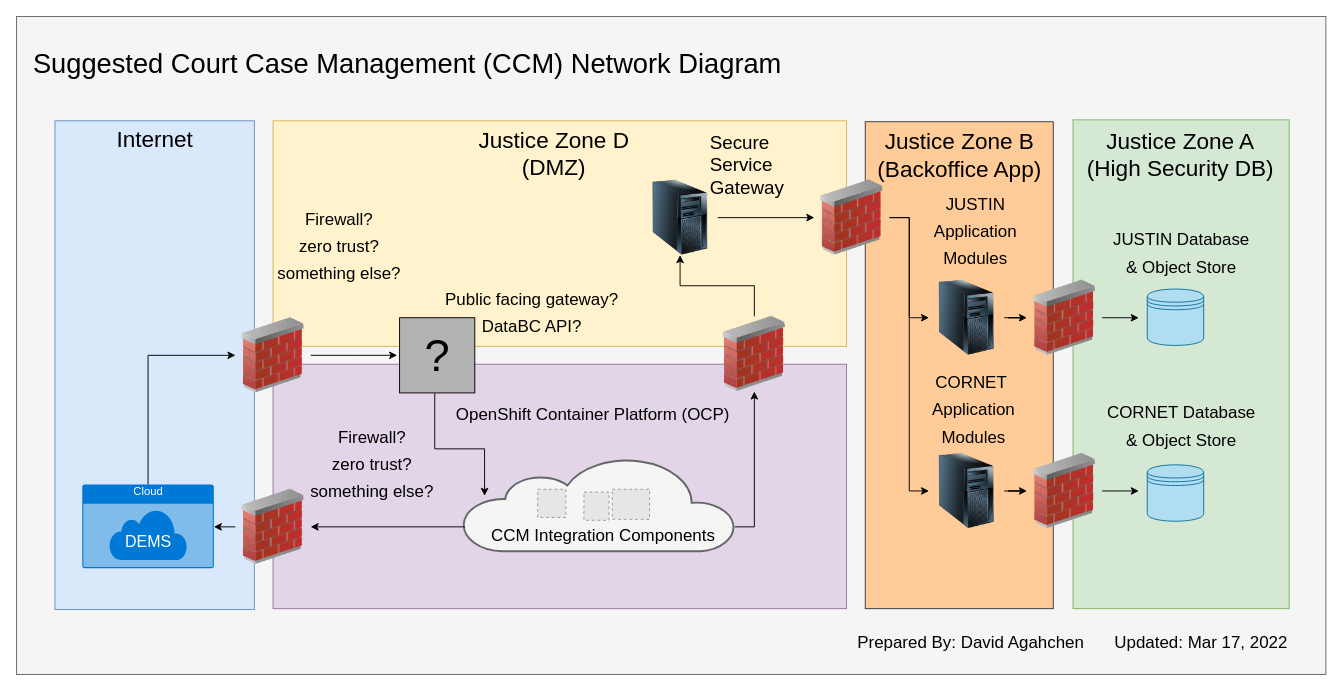
Before: img/src/ccm_network_diagram.drawio in bcgov/jpss-jade-ccm, a draw.io diagram. Source tidied: cells renumbered, new cells numbered last; positions are measured from the earlier drawing's top-left corner, leaving out a move shared by most shapes. Both pictures are drawn from the tidied source at 94%, with x=0, y=0 at pixel (16, 16). Pictures stored in the file or linked from it are replaced by grey dashed boxes.
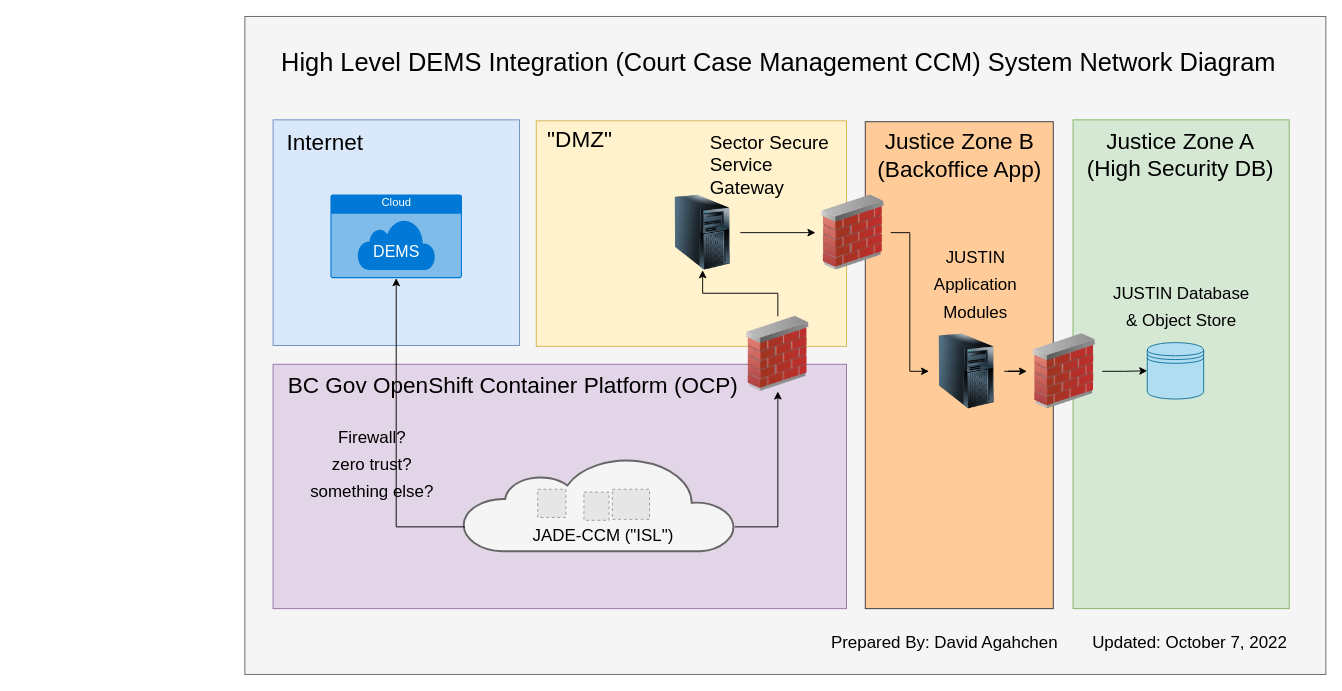
Above is the later version.

Commit message (it also covers changes not shown here):
network diagram update

The change refers to these unchanged cells:
```xml
<mxCell id="5" style="html=1;verticalLabelPosition=bottom;align=center;labelBackgroundColor=#ffffff;verticalAlign=top;strokeWidth=2;shadow=0;dashed=0;shape=mxgraph.ios7.icons.cloud;fontSize=17;fillColor=#f5f5f5;strokeColor=#666666;fontColor=#333333;" parent="1" vertex="1">
  <mxGeometry x="475" y="469" width="290" height="100" as="geometry" />
</mxCell>
```

What changed in the source:
```diff
@@
     <mxCell id="2" style="rounded=0;whiteSpace=wrap;html=1;labelBackgroundColor=none;fontSize=29;fontColor=#333333;fillColor=#f5f5f5;strokeColor=#666666;" parent="1" vertex="1">
-      <mxGeometry width="1393" height="700" as="geometry" />
+      <mxGeometry x="243" width="1150" height="700" as="geometry" />
     </mxCell>
     <mxCell id="3" style="rounded=1;whiteSpace=wrap;html=1;fillColor=#fff2cc;strokeColor=#d6b656;fontSize=25;arcSize=0;" parent="1" vertex="1">
-      <mxGeometry x="273" y="111" width="610" height="240" as="geometry" />
+      <mxGeometry x="553" y="111" width="330" height="240" as="geometry" />
     </mxCell>
@@
-    <mxCell id="8" value="&lt;span style=&quot;font-weight: 400 ; font-size: 29px&quot;&gt;Suggested Court Case Management (CCM) Network Diagram&lt;/span&gt;" style="text;strokeColor=none;fillColor=none;html=1;fontSize=29;fontStyle=1;verticalAlign=middle;align=left;rounded=1;labelBackgroundColor=none;fontColor=#000000;" parent="1" vertex="1">
-      <mxGeometry x="16" y="18" width="827" height="65" as="geometry" />
+    <mxCell id="8" value="&lt;span style=&quot;font-weight: 400&quot;&gt;&lt;font style=&quot;font-size: 27px&quot;&gt;High Level DEMS Integration (Court Case Management CCM) System Network Diagram&lt;/font&gt;&lt;/span&gt;" style="text;strokeColor=none;fillColor=none;html=1;fontSize=29;fontStyle=1;verticalAlign=middle;align=left;rounded=1;labelBackgroundColor=none;fontColor=#000000;" parent="1" vertex="1">
+      <mxGeometry x="280" y="18" width="1093" height="62" as="geometry" />
     </mxCell>
     <mxCell id="9" style="rounded=1;whiteSpace=wrap;html=1;fontSize=25;arcSize=0;fillColor=#dae8fc;strokeColor=#6c8ebf;" parent="1" vertex="1">
-      <mxGeometry x="41" y="111" width="212.1" height="520" as="geometry" />
+      <mxGeometry x="273" y="110" width="262.1" height="240" as="geometry" />
     </mxCell>
     <mxCell id="10" value="&lt;span style=&quot;font-weight: 400&quot;&gt;Internet&lt;/span&gt;" style="text;strokeColor=none;fillColor=none;html=1;fontSize=24;fontStyle=1;verticalAlign=middle;align=center;rounded=1;labelBackgroundColor=none;fontColor=#000000;" parent="1" vertex="1">
-      <mxGeometry x="102" y="108" width="90" height="45" as="geometry" />
+      <mxGeometry x="283" y="112" width="90" height="45" as="geometry" />
     </mxCell>
@@
-    <mxCell id="12" style="edgeStyle=orthogonalEdgeStyle;rounded=0;jettySize=auto;html=1;entryX=0;entryY=0.5;entryDx=0;entryDy=0;fontSize=18;strokeColor=#000000;" parent="1" edge="1" source="13">
-      <mxGeometry relative="1" as="geometry">
-        <mxPoint x="405" y="360.5" as="targetPoint" />
-      </mxGeometry>
-    </mxCell>
-    <mxCell id="13" style="image;html=1;image=img/lib/clip_art/networking/Firewall_02_128x128.png;" parent="1" vertex="1">
-      <mxGeometry x="233" y="320.5" width="80" height="80" as="geometry" />
-    </mxCell>
@@
     <mxCell id="15" style="image;html=1;image=img/lib/clip_art/networking/Firewall_02_128x128.png;" parent="1" vertex="1">
-      <mxGeometry x="848.8" y="174" width="80" height="80" as="geometry" />
+      <mxGeometry x="850" y="190" width="80" height="80" as="geometry" />
     </mxCell>
-    <mxCell id="16" style="edgeStyle=orthogonalEdgeStyle;rounded=0;jettySize=auto;html=1;fontSize=18;startArrow=none;startFill=0;strokeColor=#000000;" parent="1" edge="1" source="17">
-      <mxGeometry relative="1" as="geometry">
-        <mxPoint x="1194" y="320.6" as="targetPoint" />
-      </mxGeometry>
+    <mxCell id="16" style="edgeStyle=orthogonalEdgeStyle;rounded=0;jettySize=auto;html=1;fontSize=18;startArrow=none;startFill=0;strokeColor=#000000;entryX=0;entryY=0.5;entryDx=0;entryDy=0;" parent="1" edge="1" source="17" target="55">
+      <mxGeometry relative="1" as="geometry" />
     </mxCell>
     <mxCell id="17" style="image;html=1;image=img/lib/clip_art/networking/Firewall_02_128x128.png;" parent="1" vertex="1">
-      <mxGeometry x="1075" y="280.5" width="80" height="80" as="geometry" />
+      <mxGeometry x="1075" y="337.5" width="80" height="80" as="geometry" />
     </mxCell>
-    <mxCell id="18" style="edgeStyle=orthogonalEdgeStyle;rounded=0;jettySize=auto;html=1;fontSize=18;startArrow=none;startFill=0;entryX=0;entryY=0.5;entryDx=0;entryDy=0;exitX=0.5;exitY=0;exitDx=0;exitDy=0;exitPerimeter=0;strokeColor=#000000;" parent="1" edge="1" source="19" target="13">
-      <mxGeometry relative="1" as="geometry" />
-    </mxCell>
     <mxCell id="19" value="Cloud" style="html=1;strokeColor=none;fillColor=#0079D6;labelPosition=center;verticalLabelPosition=middle;verticalAlign=top;align=center;fontSize=12;outlineConnect=0;spacingTop=-6;fontColor=#FFFFFF;sketch=0;shape=mxgraph.sitemap.cloud;" parent="1" vertex="1">
-      <mxGeometry x="70" y="498" width="140" height="89" as="geometry" />
+      <mxGeometry x="334" y="189.5" width="140" height="89" as="geometry" />
     </mxCell>
     <mxCell id="20" value="&lt;div style=&quot;font-size: 17px;&quot;&gt;&lt;span style=&quot;font-size: 17px; font-weight: 400;&quot;&gt;DEMS&lt;/span&gt;&lt;/div&gt;" style="text;strokeColor=none;fillColor=none;html=1;fontSize=17;fontStyle=1;verticalAlign=middle;align=center;rounded=1;labelBackgroundColor=none;fontColor=#FFFFFF;" parent="1" vertex="1">
-      <mxGeometry x="95" y="537" width="90" height="45" as="geometry" />
+      <mxGeometry x="359" y="228.5" width="90" height="45" as="geometry" />
     </mxCell>
-    <mxCell id="21" style="edgeStyle=orthogonalEdgeStyle;rounded=0;orthogonalLoop=1;jettySize=auto;html=1;fontSize=18;startArrow=none;startFill=0;strokeColor=#000000;" parent="1" edge="1">
-      <mxGeometry relative="1" as="geometry">
-        <mxPoint x="445" y="401" as="sourcePoint" />
-        <mxPoint x="498" y="510" as="targetPoint" />
-        <Array as="points">
-          <mxPoint x="445" y="460" />
-          <mxPoint x="498" y="460" />
-        </Array>
-      </mxGeometry>
-    </mxCell>
-    <mxCell id="22" style="edgeStyle=orthogonalEdgeStyle;rounded=0;jettySize=auto;html=1;entryX=0.5;entryY=1;entryDx=0;entryDy=0;fontSize=18;startArrow=none;startFill=0;strokeColor=#000000;endArrow=classic;endFill=1;" parent="1" edge="1" source="52" target="32">
+    <mxCell id="22" style="edgeStyle=orthogonalEdgeStyle;rounded=0;jettySize=auto;html=1;entryX=0.5;entryY=1;entryDx=0;entryDy=0;fontSize=18;startArrow=none;startFill=0;strokeColor=#000000;endArrow=classic;endFill=1;exitX=0.5;exitY=0;exitDx=0;exitDy=0;" parent="1" edge="1" source="52" target="32">
       <mxGeometry relative="1" as="geometry" />
     </mxCell>
-    <mxCell id="23" value="&lt;div style=&quot;text-align: center&quot;&gt;&lt;span style=&quot;font-weight: 400&quot;&gt;Justice Zone D&lt;/span&gt;&lt;/div&gt;&lt;span style=&quot;font-weight: 400&quot;&gt;&lt;div style=&quot;text-align: center&quot;&gt;&lt;span&gt;(DMZ)&lt;/span&gt;&lt;/div&gt;&lt;/span&gt;" style="text;strokeColor=none;fillColor=none;html=1;fontSize=24;fontStyle=1;verticalAlign=middle;align=left;rounded=1;labelBackgroundColor=none;fontColor=#000000;" parent="1" vertex="1">
-      <mxGeometry x="489.5" y="117" width="173.5" height="58" as="geometry" />
+    <mxCell id="23" value="&lt;div style=&quot;text-align: center&quot;&gt;&lt;span style=&quot;font-weight: 400&quot;&gt;&quot;DMZ&quot;&lt;/span&gt;&lt;/div&gt;" style="text;strokeColor=none;fillColor=none;html=1;fontSize=24;fontStyle=1;verticalAlign=middle;align=left;rounded=1;labelBackgroundColor=none;fontColor=#000000;" parent="1" vertex="1">
+      <mxGeometry x="563" y="101.5" width="80" height="58" as="geometry" />
     </mxCell>
-    <mxCell id="24" value="&lt;div&gt;&lt;span style=&quot;font-size: 18px ; font-weight: 400&quot;&gt;OpenShift Container Platform (OCP)&lt;/span&gt;&lt;/div&gt;" style="text;strokeColor=none;fillColor=none;html=1;fontSize=24;fontStyle=1;verticalAlign=middle;align=center;rounded=1;labelBackgroundColor=none;fontColor=#000000;" parent="1" vertex="1">
-      <mxGeometry x="452" y="399" width="321.9" height="45" as="geometry" />
+    <mxCell id="24" value="&lt;div&gt;&lt;span style=&quot;font-weight: 400&quot;&gt;&lt;font style=&quot;font-size: 24px&quot;&gt;BC Gov OpenShift Container Platform (OCP)&lt;/font&gt;&lt;/span&gt;&lt;/div&gt;" style="text;strokeColor=none;fillColor=none;html=1;fontSize=24;fontStyle=1;verticalAlign=middle;align=center;rounded=1;labelBackgroundColor=none;fontColor=#000000;" parent="1" vertex="1">
+      <mxGeometry x="333" y="370" width="390.9" height="45" as="geometry" />
     </mxCell>
@@
-    <mxCell id="28" value="&lt;div&gt;&lt;span style=&quot;font-size: 18px ; font-weight: 400&quot;&gt;CCM Integration Components&lt;/span&gt;&lt;/div&gt;" style="text;strokeColor=none;fillColor=none;html=1;fontSize=24;fontStyle=1;verticalAlign=middle;align=center;rounded=1;labelBackgroundColor=none;fontColor=#000000;" parent="1" vertex="1">
+    <mxCell id="28" value="&lt;div&gt;&lt;span style=&quot;font-size: 18px ; font-weight: 400&quot;&gt;JADE-CCM (&quot;ISL&quot;)&lt;/span&gt;&lt;/div&gt;" style="text;strokeColor=none;fillColor=none;html=1;fontSize=24;fontStyle=1;verticalAlign=middle;align=center;rounded=1;labelBackgroundColor=none;fontColor=#000000;" parent="1" vertex="1">
       <mxGeometry x="494" y="527" width="260" height="45" as="geometry" />
     </mxCell>
@@
     <mxCell id="30" value="&lt;div&gt;&lt;span style=&quot;font-size: 18px ; font-weight: 400&quot;&gt;JUSTIN Database&lt;/span&gt;&lt;/div&gt;&lt;div&gt;&lt;span style=&quot;font-size: 18px ; font-weight: 400&quot;&gt;&amp;amp;&amp;nbsp;&lt;/span&gt;&lt;span style=&quot;font-size: 18px ; font-weight: 400&quot;&gt;Object Store&lt;/span&gt;&lt;/div&gt;" style="text;strokeColor=none;fillColor=none;html=1;fontSize=24;fontStyle=1;verticalAlign=middle;align=center;rounded=1;labelBackgroundColor=none;fontColor=#000000;" parent="1" vertex="1">
-      <mxGeometry x="1164" y="227" width="150" height="45" as="geometry" />
+      <mxGeometry x="1164" y="284" width="150" height="45" as="geometry" />
     </mxCell>
@@
     <mxCell id="32" style="image;html=1;image=img/lib/clip_art/computers/Server_Tower_128x128.png;fontSize=18;" parent="1" vertex="1">
-      <mxGeometry x="666" y="174" width="80" height="80" as="geometry" />
+      <mxGeometry x="690" y="190" width="80" height="80" as="geometry" />
     </mxCell>
-    <mxCell id="33" value="&lt;div style=&quot;font-size: 20px&quot;&gt;&lt;span style=&quot;font-weight: 400&quot;&gt;&lt;font style=&quot;font-size: 20px&quot;&gt;Secure&lt;/font&gt;&lt;/span&gt;&lt;/div&gt;&lt;div style=&quot;font-size: 20px&quot;&gt;&lt;span style=&quot;font-weight: 400&quot;&gt;&lt;font style=&quot;font-size: 20px&quot;&gt;Service&lt;/font&gt;&lt;/span&gt;&lt;/div&gt;&lt;div style=&quot;font-size: 20px&quot;&gt;&lt;span style=&quot;font-weight: 400&quot;&gt;&lt;font style=&quot;font-size: 20px&quot;&gt;Gateway&lt;/font&gt;&lt;/span&gt;&lt;/div&gt;" style="text;strokeColor=none;fillColor=none;html=1;fontSize=24;fontStyle=1;verticalAlign=middle;align=left;rounded=1;labelBackgroundColor=none;fontColor=#000000;" parent="1" vertex="1">
+    <mxCell id="33" value="&lt;div style=&quot;font-size: 20px&quot;&gt;&lt;span style=&quot;font-weight: 400&quot;&gt;&lt;font style=&quot;font-size: 20px&quot;&gt;Sector Secure&lt;/font&gt;&lt;/span&gt;&lt;/div&gt;&lt;div style=&quot;font-size: 20px&quot;&gt;&lt;span style=&quot;font-weight: 400&quot;&gt;&lt;font style=&quot;font-size: 20px&quot;&gt;Service&lt;/font&gt;&lt;/span&gt;&lt;/div&gt;&lt;div style=&quot;font-size: 20px&quot;&gt;&lt;span style=&quot;font-weight: 400&quot;&gt;&lt;font style=&quot;font-size: 20px&quot;&gt;Gateway&lt;/font&gt;&lt;/span&gt;&lt;/div&gt;" style="text;strokeColor=none;fillColor=none;html=1;fontSize=24;fontStyle=1;verticalAlign=middle;align=left;rounded=1;labelBackgroundColor=none;fontColor=#000000;" parent="1" vertex="1">
       <mxGeometry x="736" y="124" width="97" height="66" as="geometry" />
     </mxCell>
@@
     <mxCell id="35" value="&lt;div&gt;&lt;span style=&quot;font-size: 18px ; font-weight: 400&quot;&gt;JUSTIN&lt;/span&gt;&lt;/div&gt;&lt;div&gt;&lt;span style=&quot;font-size: 18px ; font-weight: 400&quot;&gt;Application&lt;/span&gt;&lt;/div&gt;&lt;div&gt;&lt;span style=&quot;font-size: 18px ; font-weight: 400&quot;&gt;Modules&lt;/span&gt;&lt;/div&gt;" style="text;strokeColor=none;fillColor=none;html=1;fontSize=24;fontStyle=1;verticalAlign=middle;align=center;rounded=1;labelBackgroundColor=none;fontColor=#000000;" parent="1" vertex="1">
-      <mxGeometry x="967.8" y="175" width="105.2" height="104" as="geometry" />
+      <mxGeometry x="967.8" y="232" width="105.2" height="104" as="geometry" />
     </mxCell>
     <mxCell id="36" style="image;html=1;image=img/lib/clip_art/computers/Server_Tower_128x128.png;fontSize=18;" parent="1" vertex="1">
-      <mxGeometry x="970.8" y="280.5" width="80" height="80" as="geometry" />
+      <mxGeometry x="970.8" y="337.5" width="80" height="80" as="geometry" />
     </mxCell>
-    <mxCell id="37" value="&lt;span style=&quot;font-size: 18px ; font-weight: 400&quot;&gt;Public facing gateway?&lt;br&gt;DataBC API?&lt;br&gt;&lt;/span&gt;" style="text;strokeColor=none;fillColor=none;html=1;fontSize=24;fontStyle=1;verticalAlign=middle;align=center;rounded=1;labelBackgroundColor=none;fontColor=#000000;" parent="1" vertex="1">
-      <mxGeometry x="483" y="290" width="129.2" height="46.5" as="geometry" />
-    </mxCell>
-    <mxCell id="38" style="edgeStyle=orthogonalEdgeStyle;rounded=0;jettySize=auto;html=1;fontSize=18;startArrow=none;startFill=0;strokeColor=#000000;endArrow=classic;endFill=1;exitX=0.007;exitY=0.74;exitDx=0;exitDy=0;exitPerimeter=0;" parent="1" edge="1" source="5" target="47">
+    <mxCell id="38" style="edgeStyle=orthogonalEdgeStyle;rounded=0;jettySize=auto;html=1;fontSize=18;startArrow=none;startFill=0;strokeColor=#000000;endArrow=classic;endFill=1;exitX=0.007;exitY=0.74;exitDx=0;exitDy=0;exitPerimeter=0;" parent="1" edge="1" source="5" target="19">
       <mxGeometry relative="1" as="geometry" />
     </mxCell>
-    <mxCell id="39" value="&lt;span style=&quot;font-size: 18px ; font-weight: 400&quot;&gt;Firewall?&lt;br&gt;zero trust?&lt;br&gt;something else?&lt;br&gt;&lt;/span&gt;" style="text;strokeColor=none;fillColor=none;html=1;fontSize=24;fontStyle=1;verticalAlign=middle;align=center;rounded=1;labelBackgroundColor=none;fontColor=#000000;" parent="1" vertex="1">
-      <mxGeometry x="278.4" y="220" width="129.2" height="46.5" as="geometry" />
-    </mxCell>
-    <mxCell id="40" style="edgeStyle=orthogonalEdgeStyle;rounded=0;jettySize=auto;html=1;fontSize=18;startArrow=none;startFill=0;strokeColor=#000000;" parent="1" edge="1" source="41">
-      <mxGeometry relative="1" as="geometry">
-        <mxPoint x="1194" y="504.8" as="targetPoint" />
-      </mxGeometry>
-    </mxCell>
-    <mxCell id="41" style="image;html=1;image=img/lib/clip_art/networking/Firewall_02_128x128.png;" parent="1" vertex="1">
-      <mxGeometry x="1075" y="464.8" width="80" height="80" as="geometry" />
-    </mxCell>
-    <mxCell id="42" value="&lt;div&gt;&lt;span style=&quot;font-size: 18px ; font-weight: 400&quot;&gt;CORNET Database&lt;/span&gt;&lt;/div&gt;&lt;div&gt;&lt;span style=&quot;font-size: 18px ; font-weight: 400&quot;&gt;&amp;amp;&amp;nbsp;&lt;/span&gt;&lt;span style=&quot;font-size: 18px ; font-weight: 400&quot;&gt;Object Store&lt;/span&gt;&lt;/div&gt;" style="text;strokeColor=none;fillColor=none;html=1;fontSize=24;fontStyle=1;verticalAlign=middle;align=center;rounded=1;labelBackgroundColor=none;fontColor=#000000;" parent="1" vertex="1">
-      <mxGeometry x="1164" y="411.2" width="150" height="45" as="geometry" />
-    </mxCell>
-    <mxCell id="43" style="edgeStyle=orthogonalEdgeStyle;rounded=0;jettySize=auto;html=1;entryX=0;entryY=0.5;entryDx=0;entryDy=0;fontSize=18;startArrow=none;startFill=0;strokeColor=#000000;" parent="1" edge="1" source="15" target="46">
-      <mxGeometry relative="1" as="geometry" />
-    </mxCell>
-    <mxCell id="44" style="edgeStyle=orthogonalEdgeStyle;rounded=0;jettySize=auto;html=1;fontSize=18;startArrow=classic;startFill=1;endArrow=none;strokeColor=#000000;" parent="1" edge="1" source="41" target="46">
-      <mxGeometry relative="1" as="geometry" />
-    </mxCell>
-    <mxCell id="45" value="&lt;div&gt;&lt;span style=&quot;font-size: 18px ; font-weight: 400&quot;&gt;CORNET&amp;nbsp;&lt;/span&gt;&lt;/div&gt;&lt;div&gt;&lt;span style=&quot;font-size: 18px ; font-weight: 400&quot;&gt;Application&lt;/span&gt;&lt;/div&gt;&lt;div&gt;&lt;span style=&quot;font-size: 18px ; font-weight: 400&quot;&gt;Modules&lt;/span&gt;&lt;/div&gt;" style="text;strokeColor=none;fillColor=none;html=1;fontSize=24;fontStyle=1;verticalAlign=middle;align=center;rounded=1;labelBackgroundColor=none;fontColor=#000000;" parent="1" vertex="1">
-      <mxGeometry x="973" y="367" width="90" height="100" as="geometry" />
-    </mxCell>
-    <mxCell id="46" style="image;html=1;image=img/lib/clip_art/computers/Server_Tower_128x128.png;fontSize=18;" parent="1" vertex="1">
-      <mxGeometry x="970.8" y="464.8" width="80" height="80" as="geometry" />
-    </mxCell>
-    <mxCell id="47" style="image;html=1;image=img/lib/clip_art/networking/Firewall_02_128x128.png;" parent="1" vertex="1">
-      <mxGeometry x="233" y="503" width="80" height="80" as="geometry" />
-    </mxCell>
@@
-    <mxCell id="49" style="edgeStyle=orthogonalEdgeStyle;rounded=0;jettySize=auto;html=1;fontSize=18;startArrow=none;startFill=0;strokeColor=#000000;endArrow=classic;endFill=1;exitX=0;exitY=0.5;exitDx=0;exitDy=0;entryX=1;entryY=0.5;entryDx=0;entryDy=0;entryPerimeter=0;" parent="1" edge="1" source="47" target="19">
-      <mxGeometry relative="1" as="geometry" />
-    </mxCell>
-    <mxCell id="50" value="&lt;div&gt;&lt;span style=&quot;font-size: 18px ; font-weight: 400&quot;&gt;Updated: Mar 17, 2022&lt;/span&gt;&lt;/div&gt;" style="text;strokeColor=none;fillColor=none;html=1;fontSize=24;fontStyle=1;verticalAlign=middle;align=center;rounded=1;labelBackgroundColor=none;fontColor=#000000;" parent="1" vertex="1">
-      <mxGeometry x="1156" y="641" width="207" height="45" as="geometry" />
+    <mxCell id="50" value="&lt;div&gt;&lt;span style=&quot;font-size: 18px ; font-weight: 400&quot;&gt;Updated: October 7, 2022&lt;/span&gt;&lt;/div&gt;" style="text;strokeColor=none;fillColor=none;html=1;fontSize=24;fontStyle=1;verticalAlign=middle;align=right;rounded=1;labelBackgroundColor=none;fontColor=#000000;" parent="1" vertex="1">
+      <mxGeometry x="1113" y="641" width="240" height="45" as="geometry" />
     </mxCell>
     <mxCell id="51" value="&lt;div&gt;&lt;span style=&quot;font-size: 18px ; font-weight: 400&quot;&gt;Prepared By: David Agahchen&lt;/span&gt;&lt;/div&gt;" style="text;strokeColor=none;fillColor=none;html=1;fontSize=24;fontStyle=1;verticalAlign=middle;align=center;rounded=1;labelBackgroundColor=none;fontColor=#000000;" parent="1" vertex="1">
-      <mxGeometry x="886" y="641" width="257" height="45" as="geometry" />
+      <mxGeometry x="858" y="641" width="257" height="45" as="geometry" />
     </mxCell>
     <mxCell id="52" style="image;html=1;image=img/lib/clip_art/networking/Firewall_02_128x128.png;" parent="1" vertex="1">
-      <mxGeometry x="745" y="319" width="80" height="80" as="geometry" />
+      <mxGeometry x="770" y="319" width="80" height="80" as="geometry" />
     </mxCell>
@@
-    <mxCell id="54" value="&lt;font style=&quot;font-size: 48px&quot;&gt;?&lt;/font&gt;" style="whiteSpace=wrap;html=1;fillColor=#B3B3B3;" parent="1" vertex="1">
-      <mxGeometry x="407.6" y="320.5" width="80" height="80" as="geometry" />
-    </mxCell>
     <mxCell id="55" style="shape=datastore;whiteSpace=wrap;html=1;fontSize=48;fillColor=#b1ddf0;strokeColor=#10739e;" parent="1" vertex="1">
-      <mxGeometry x="1203" y="290" width="60" height="60" as="geometry" />
+      <mxGeometry x="1203" y="347" width="60" height="60" as="geometry" />
     </mxCell>
-    <mxCell id="56" style="shape=datastore;whiteSpace=wrap;html=1;fontSize=48;fillColor=#b1ddf0;strokeColor=#10739e;" parent="1" vertex="1">
-      <mxGeometry x="1203" y="477" width="60" height="60" as="geometry" />
-    </mxCell>
```
